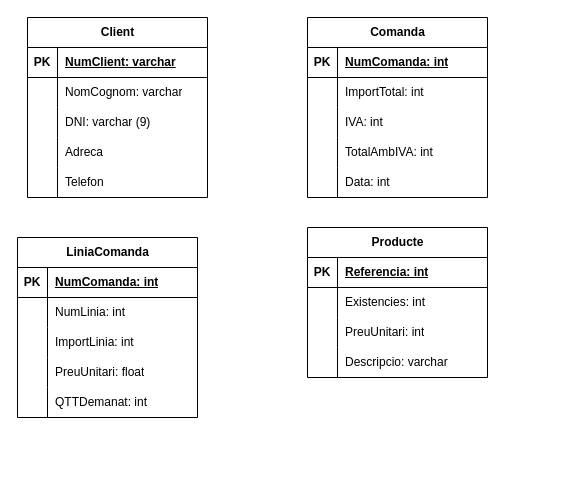
Above: Untitled Diagram.drawio in sumo456/BBDD (draw.io), before the change. Source tidied: cells renumbered, new cells numbered last; positions are measured from the earlier drawing's top-left corner, leaving out a move shared by most shapes. Both pictures are drawn from the tidied source at 100%, with x=0, y=0 at pixel (17, 17).
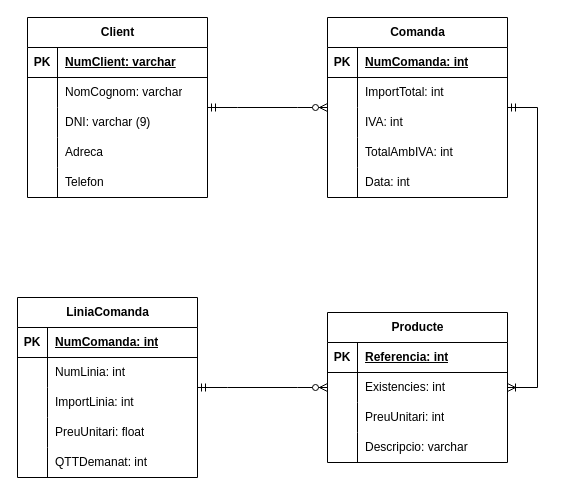
The same diagram, later.

The change refers to these unchanged cells:
```xml
<mxCell id="2" value="&lt;div&gt;Client&lt;/div&gt;" style="shape=table;startSize=30;childLayout=tableLayout;rowLines=0;fontStyle=1;align=center;html=1;" parent="1" vertex="1">
  <mxGeometry x="10" width="180" height="180" as="geometry" />
</mxCell>
```

The edit, as a diff of the source:
```diff
@@
     <mxCell id="18" value="Comanda" style="shape=table;startSize=30;childLayout=tableLayout;rowLines=0;fontStyle=1;align=center;html=1;" parent="1" vertex="1">
-      <mxGeometry x="290" width="180" height="180" as="geometry" />
+      <mxGeometry x="310" width="180" height="180" as="geometry" />
     </mxCell>
@@
     <mxCell id="34" value="LiniaComanda" style="shape=table;startSize=30;childLayout=tableLayout;rowLines=0;fontStyle=1;align=center;html=1;" parent="1" vertex="1">
-      <mxGeometry y="220" width="180" height="180" as="geometry" />
+      <mxGeometry y="280" width="180" height="180" as="geometry" />
     </mxCell>
@@
     <mxCell id="50" value="Producte" style="shape=table;startSize=30;childLayout=tableLayout;rowLines=0;fontStyle=1;align=center;html=1;" parent="1" vertex="1">
-      <mxGeometry x="290" y="210" width="180" height="150" as="geometry" />
+      <mxGeometry x="310" y="295" width="180" height="150" as="geometry" />
     </mxCell>
@@
+    <mxCell id="63" style="edgeStyle=entityRelationEdgeStyle;fontSize=12;html=1;endArrow=ERzeroToMany;startArrow=ERmandOne;rounded=0;" parent="1" edge="1" source="2" target="18">
+      <mxGeometry relative="1" as="geometry" />
+    </mxCell>
+    <mxCell id="64" style="edgeStyle=entityRelationEdgeStyle;fontSize=12;html=1;endArrow=ERoneToMany;startArrow=ERmandOne;rounded=0;" parent="1" edge="1" source="18" target="50">
+      <mxGeometry relative="1" as="geometry" />
+    </mxCell>
+    <mxCell id="65" style="edgeStyle=entityRelationEdgeStyle;fontSize=12;html=1;endArrow=ERzeroToMany;startArrow=ERmandOne;rounded=0;" parent="1" edge="1" source="34" target="50">
+      <mxGeometry relative="1" as="geometry" />
+    </mxCell>
```
